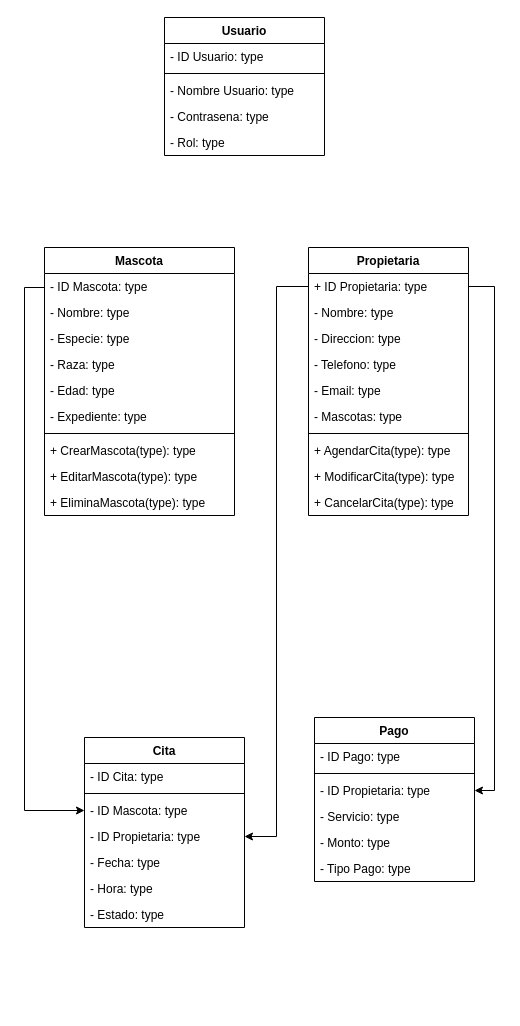
Before: Diagrama sin título.drawio in NixieNixi/diagramaClases, a draw.io diagram. Source tidied: cells renumbered, new cells numbered last; positions are measured from the earlier drawing's top-left corner, leaving out a move shared by most shapes. Both pictures are drawn from the tidied source at 100%, with x=0, y=0 at pixel (24, 17).
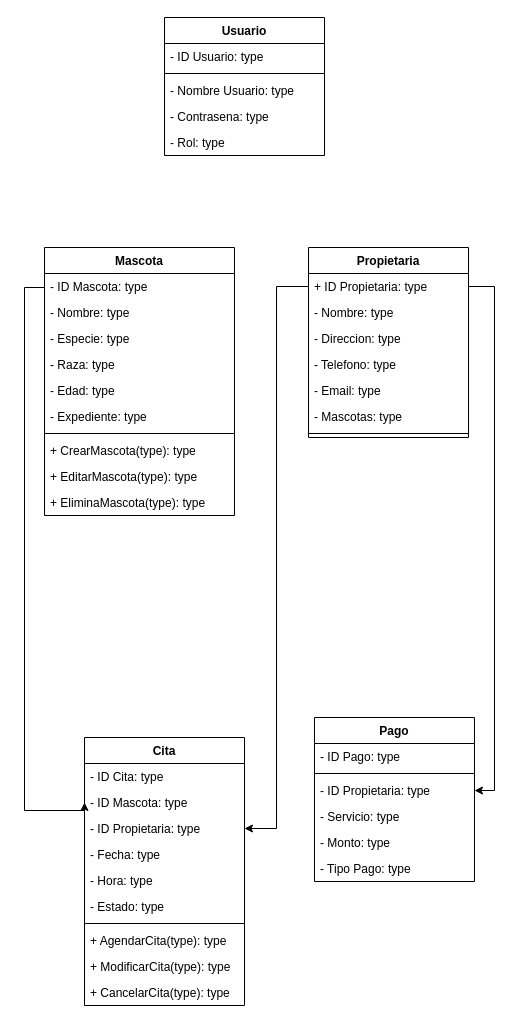
The same page after the edit.

Commit message:
metodo cita

What changed in the source:
```diff
@@
     <mxCell id="13" value="Propietaria" style="swimlane;fontStyle=1;align=center;verticalAlign=top;horizontal=1;startSize=26;whiteSpace=wrap;html=1;" parent="1" vertex="1">
-      <mxGeometry x="284" y="230" width="160" height="268" as="geometry" />
+      <mxGeometry x="284" y="230" width="160" height="190" as="geometry" />
     </mxCell>
@@
-    <mxCell id="21" value="+ AgendarCita(type): type" style="text;strokeColor=none;fillColor=none;align=left;verticalAlign=top;spacingLeft=4;spacingRight=4;overflow=hidden;whiteSpace=wrap;html=1;" parent="13" vertex="1">
-      <mxGeometry y="190" width="160" height="26" as="geometry" />
-    </mxCell>
-    <mxCell id="22" value="+ ModificarCita(type): type" style="text;strokeColor=none;fillColor=none;align=left;verticalAlign=top;spacingLeft=4;spacingRight=4;overflow=hidden;whiteSpace=wrap;html=1;" parent="13" vertex="1">
-      <mxGeometry y="216" width="160" height="26" as="geometry" />
-    </mxCell>
-    <mxCell id="23" value="+ CancelarCita(type): type" style="text;strokeColor=none;fillColor=none;align=left;verticalAlign=top;spacingLeft=4;spacingRight=4;overflow=hidden;whiteSpace=wrap;html=1;" parent="13" vertex="1">
-      <mxGeometry y="242" width="160" height="26" as="geometry" />
-    </mxCell>
     <mxCell id="24" value="Cita" style="swimlane;fontStyle=1;align=center;verticalAlign=top;horizontal=1;startSize=26;whiteSpace=wrap;html=1;" parent="1" vertex="1">
-      <mxGeometry x="60" y="720" width="160" height="190" as="geometry" />
+      <mxGeometry x="60" y="720" width="160" height="268" as="geometry" />
     </mxCell>
@@
-    <mxCell id="26" style="line;strokeWidth=1;fillColor=none;align=left;verticalAlign=middle;spacingTop=-1;spacingLeft=3;spacingRight=3;labelPosition=right;strokeColor=inherit;" parent="24" vertex="1">
-      <mxGeometry y="52" width="160" height="8" as="geometry" />
-    </mxCell>
     <mxCell id="27" value="- ID Mascota: type" style="text;strokeColor=none;fillColor=none;align=left;verticalAlign=top;spacingLeft=4;spacingRight=4;overflow=hidden;points=[[0,0.5],[1,0.5]];portConstraint=eastwest;whiteSpace=wrap;html=1;" parent="24" vertex="1">
-      <mxGeometry y="60" width="160" height="26" as="geometry" />
+      <mxGeometry y="52" width="160" height="26" as="geometry" />
     </mxCell>
     <mxCell id="28" value="- ID Propietaria&lt;span style=&quot;background-color: initial;&quot;&gt;: type&lt;/span&gt;" style="text;strokeColor=none;fillColor=none;align=left;verticalAlign=top;spacingLeft=4;spacingRight=4;overflow=hidden;points=[[0,0.5],[1,0.5]];portConstraint=eastwest;whiteSpace=wrap;html=1;" parent="24" vertex="1">
-      <mxGeometry y="86" width="160" height="26" as="geometry" />
+      <mxGeometry y="78" width="160" height="26" as="geometry" />
     </mxCell>
     <mxCell id="29" value="- Fecha&lt;span style=&quot;background-color: initial;&quot;&gt;: type&lt;/span&gt;" style="text;strokeColor=none;fillColor=none;align=left;verticalAlign=top;spacingLeft=4;spacingRight=4;overflow=hidden;whiteSpace=wrap;html=1;" parent="24" vertex="1">
-      <mxGeometry y="112" width="160" height="26" as="geometry" />
+      <mxGeometry y="104" width="160" height="26" as="geometry" />
     </mxCell>
     <mxCell id="30" value="- Hora: type" style="text;strokeColor=none;fillColor=none;align=left;verticalAlign=top;spacingLeft=4;spacingRight=4;overflow=hidden;whiteSpace=wrap;html=1;" parent="24" vertex="1">
-      <mxGeometry y="138" width="160" height="26" as="geometry" />
+      <mxGeometry y="130" width="160" height="26" as="geometry" />
     </mxCell>
     <mxCell id="31" value="- Estado: type" style="text;strokeColor=none;fillColor=none;align=left;verticalAlign=top;spacingLeft=4;spacingRight=4;overflow=hidden;whiteSpace=wrap;html=1;" parent="24" vertex="1">
-      <mxGeometry y="164" width="160" height="26" as="geometry" />
+      <mxGeometry y="156" width="160" height="26" as="geometry" />
     </mxCell>
+    <mxCell id="26" style="line;strokeWidth=1;fillColor=none;align=left;verticalAlign=middle;spacingTop=-1;spacingLeft=3;spacingRight=3;labelPosition=right;strokeColor=inherit;" parent="24" vertex="1">
+      <mxGeometry y="182" width="160" height="8" as="geometry" />
+    </mxCell>
+    <mxCell id="21" value="+ AgendarCita(type): type" style="text;strokeColor=none;fillColor=none;align=left;verticalAlign=top;spacingLeft=4;spacingRight=4;overflow=hidden;whiteSpace=wrap;html=1;" parent="24" vertex="1">
+      <mxGeometry y="190" width="160" height="26" as="geometry" />
+    </mxCell>
+    <mxCell id="22" value="+ ModificarCita(type): type" style="text;strokeColor=none;fillColor=none;align=left;verticalAlign=top;spacingLeft=4;spacingRight=4;overflow=hidden;whiteSpace=wrap;html=1;" parent="24" vertex="1">
+      <mxGeometry y="216" width="160" height="26" as="geometry" />
+    </mxCell>
+    <mxCell id="23" value="+ CancelarCita(type): type" style="text;strokeColor=none;fillColor=none;align=left;verticalAlign=top;spacingLeft=4;spacingRight=4;overflow=hidden;whiteSpace=wrap;html=1;" parent="24" vertex="1">
+      <mxGeometry y="242" width="160" height="26" as="geometry" />
+    </mxCell>
```
